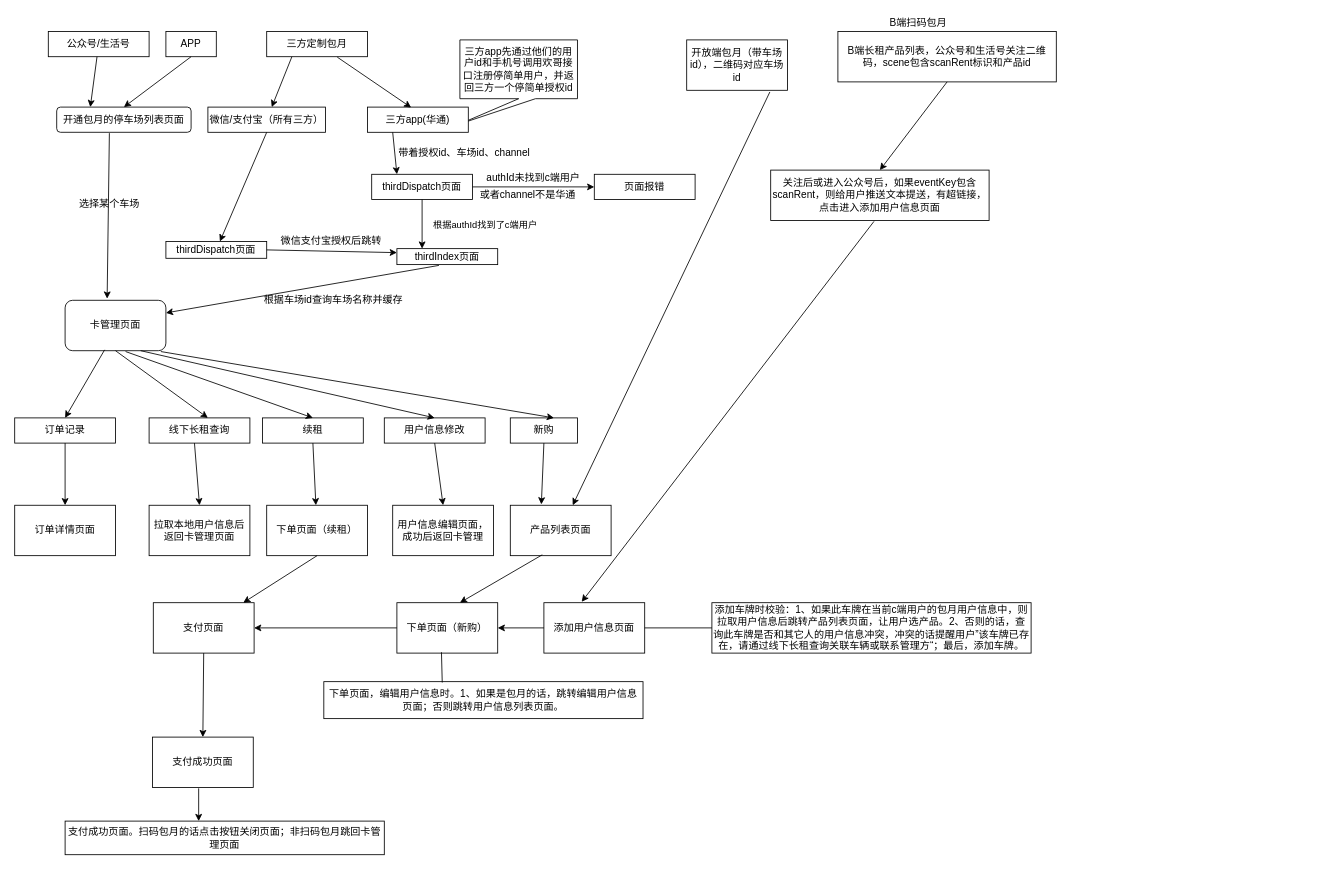
This is Untitled Diagram.drawio from licumt217/li, a draw.io file, before an edit. Source tidied: cells renumbered, new cells numbered last; positions are measured from the earlier drawing's top-left corner, leaving out a move shared by most shapes. Both pictures are drawn from the tidied source at 84%, with x=0, y=0 at pixel (14, 14).
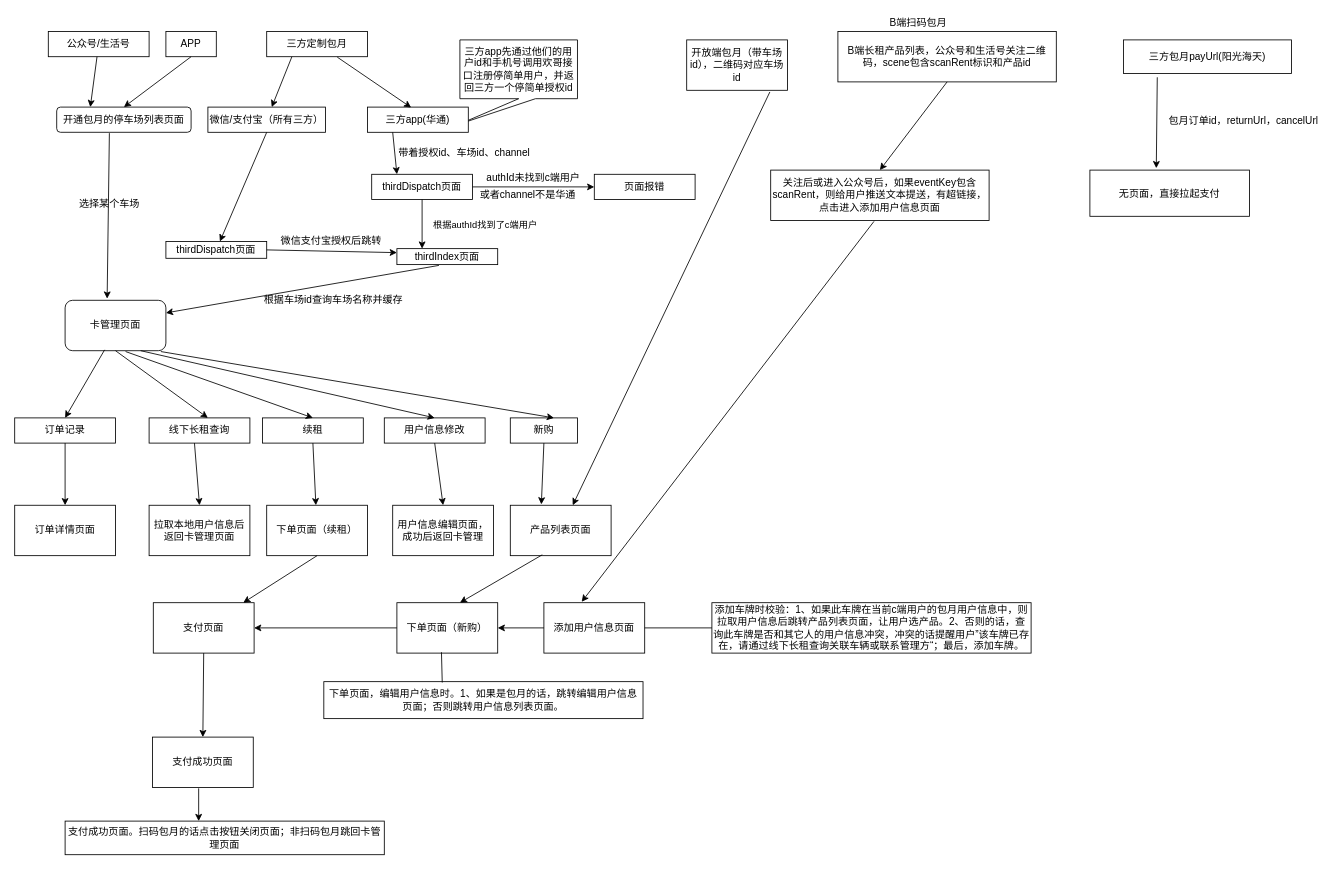
After the change.

The edit, as a diff of the source:
```diff
@@
+    <mxCell id="73" value="三方包月payUrl(阳光海天)" style="rounded=0;whiteSpace=wrap;html=1;" parent="1" vertex="1">
+      <mxGeometry x="1320" y="30" width="200" height="40" as="geometry" />
+    </mxCell>
+    <mxCell id="74" value="无页面，直接拉起支付" style="rounded=0;whiteSpace=wrap;html=1;" parent="1" vertex="1">
+      <mxGeometry x="1280" y="185" width="190" height="55" as="geometry" />
+    </mxCell>
+    <mxCell id="75" style="endArrow=classic;html=1;exitX=0.201;exitY=1.113;exitDx=0;exitDy=0;exitPerimeter=0;entryX=0.416;entryY=-0.041;entryDx=0;entryDy=0;entryPerimeter=0;" parent="1" edge="1" source="73" target="74">
+      <mxGeometry relative="1" as="geometry" />
+    </mxCell>
+    <mxCell id="76" value="包月订单id，returnUrl，cancelUrl" style="text;html=1;align=left;verticalAlign=top;spacingTop=-4;" parent="1" vertex="1">
+      <mxGeometry x="1372" y="117" width="190" height="20" as="geometry" />
+    </mxCell>
```
